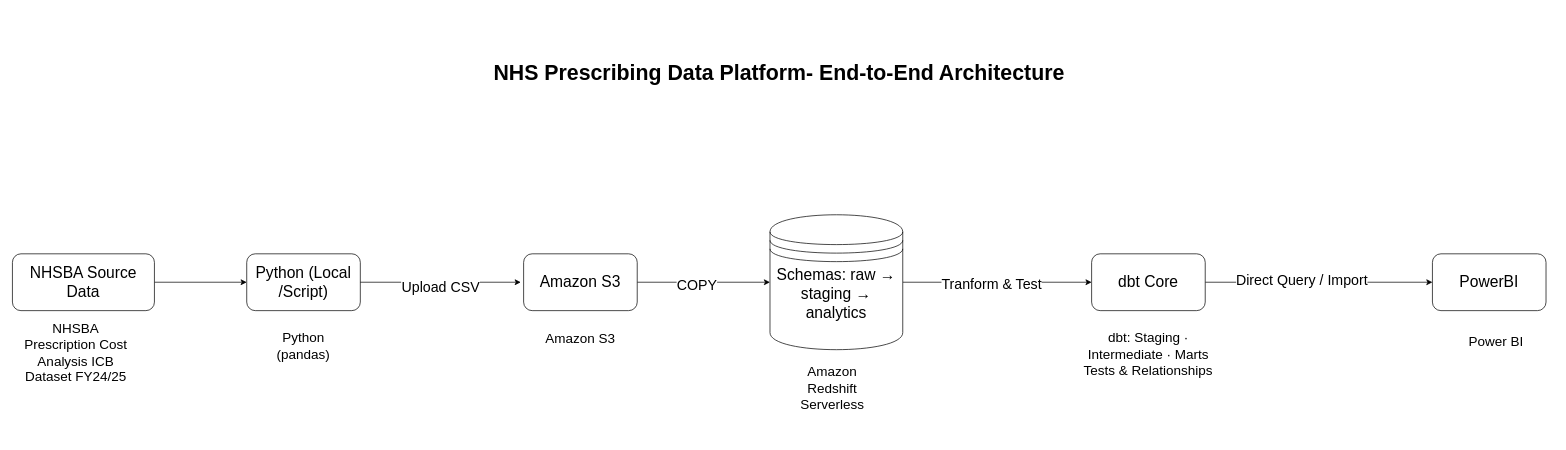
This is docs/diagrams/NHS Prescribing Data Platform.drawio from Venkata2513/nhs-prescribing-analytics-platform, a draw.io file, before an edit. Source tidied: cells renumbered, new cells numbered last; positions are measured from the earlier drawing's top-left corner, leaving out a move shared by most shapes. Both pictures are drawn from the tidied source at 71%, with x=0, y=0 at pixel (12, 12).
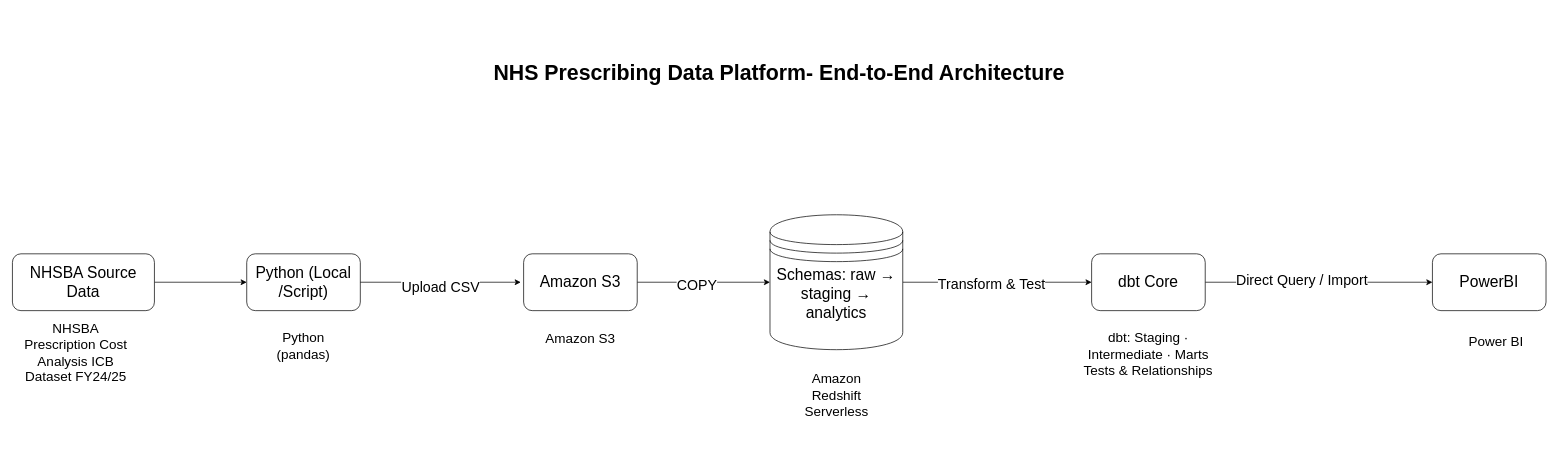
The same diagram, later.

Commit message (it also covers changes not shown here):
NHS prescribing analytics platform update

The change refers to these unchanged cells:
```xml
<mxCell id="11" style="edgeStyle=orthogonalEdgeStyle;rounded=0;jettySize=auto;html=1;" parent="1" edge="1" source="23" target="15">
  <mxGeometry relative="1" as="geometry" />
</mxCell>
```

Change to the diagram source:
```diff
@@
-    <mxCell id="12" value="Tranform &amp;amp; Test" style="edgeLabel;html=1;align=center;verticalAlign=middle;fontSize=20;" parent="11" vertex="1">
+    <mxCell id="12" value="Transform &amp;amp; Test" style="edgeLabel;html=1;align=center;verticalAlign=middle;fontSize=20;" parent="11" vertex="1">
       <mxGeometry x="-0.06" y="-1" relative="1" as="geometry">
         <mxPoint x="-1" as="offset" />
       </mxGeometry>
     </mxCell>
@@
     <mxCell id="20" value="Amazon Redshift Serverless" style="text;html=1;whiteSpace=wrap;strokeColor=none;fillColor=none;align=center;verticalAlign=middle;rounded=0;fontSize=19;" parent="1" vertex="1">
-      <mxGeometry x="1090" y="490" width="130" height="80" as="geometry" />
+      <mxGeometry x="1095.5" y="480" width="130" height="120" as="geometry" />
     </mxCell>
```
